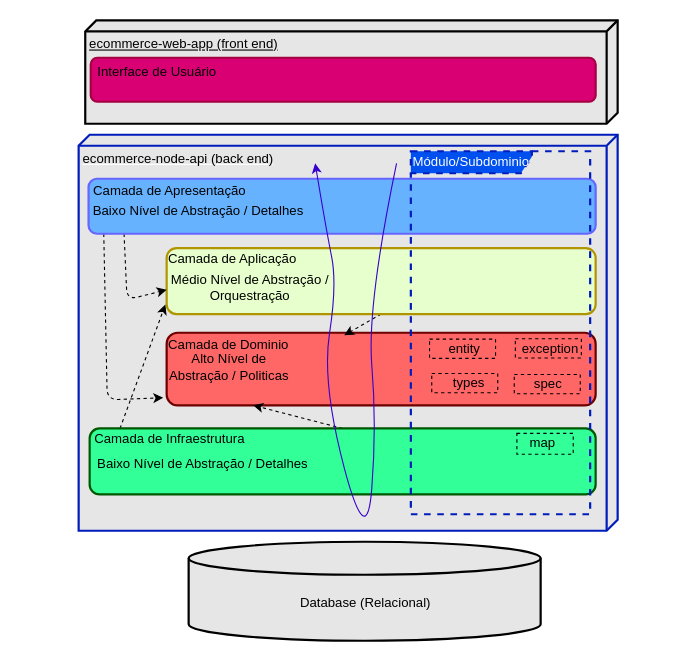
Before: page "Arquitetura em Camadas" (1 of 2) of requirements/ecommerce-arquitetura.drawio in Rrodrigo2525/ecommerce-node-api, a draw.io diagram. Source tidied: cells renumbered, new cells numbered last; positions are measured from the earlier drawing's top-left corner, leaving out a move shared by most shapes. Both pictures are drawn from the tidied source at 110%, with x=0, y=0 at pixel (19, 20).
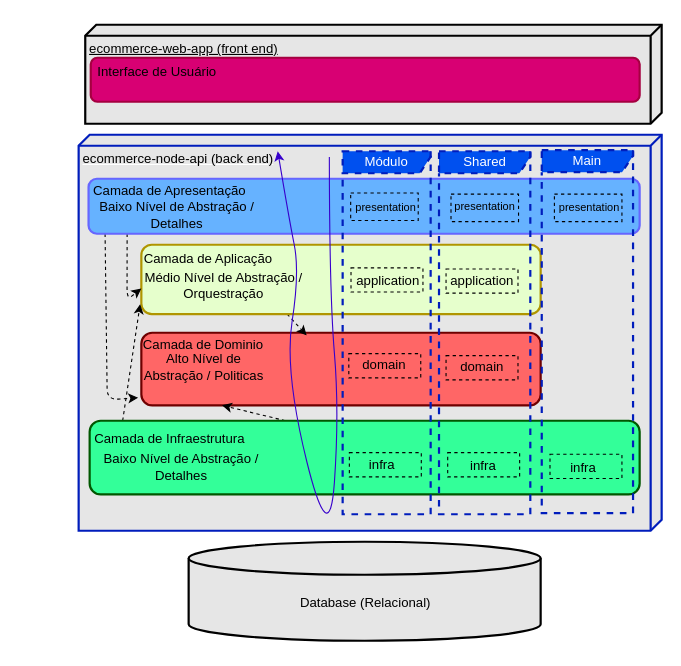
The same page after the edit.

The edit, as a diff of the source:
```diff
@@
     <mxCell id="2" value="&lt;font color=&quot;#000000&quot;&gt;ecommerce-node-api (back end)&lt;/font&gt;" style="verticalAlign=top;align=left;spacingTop=8;spacingLeft=2;spacingRight=12;shape=cube;size=10;direction=south;fontStyle=4;html=1;strokeWidth=2;fillColor=#E6E6E6;fontColor=#ffffff;strokeColor=#001DBC;" parent="1" vertex="1">
-      <mxGeometry x="54" y="104" width="490" height="360" as="geometry" />
+      <mxGeometry x="54" y="104" width="530" height="360" as="geometry" />
     </mxCell>
     <mxCell id="3" value="&lt;font color=&quot;#000000&quot;&gt;ecommerce-web-app (front end)&lt;/font&gt;" style="verticalAlign=top;align=left;spacingTop=8;spacingLeft=2;spacingRight=12;shape=cube;size=10;direction=south;fontStyle=4;html=1;strokeWidth=2;fillColor=#E6E6E6;" parent="1" vertex="1">
-      <mxGeometry x="60" width="484" height="94" as="geometry" />
+      <mxGeometry x="60" y="4" width="524" height="90" as="geometry" />
     </mxCell>
@@
     <mxCell id="5" style="rounded=1;whiteSpace=wrap;html=1;strokeWidth=2;fillColor=#FF6666;fontColor=#ffffff;strokeColor=#6F0000;" parent="1" vertex="1">
-      <mxGeometry x="134" y="284" width="390" height="66" as="geometry" />
+      <mxGeometry x="111" y="284" width="363" height="66" as="geometry" />
     </mxCell>
     <mxCell id="6" value="Camada de Dominio" style="text;html=1;strokeColor=none;fillColor=none;align=center;verticalAlign=middle;whiteSpace=wrap;rounded=0;strokeWidth=2;fontColor=#000000;" parent="1" vertex="1">
-      <mxGeometry x="115.5" y="285" width="148.5" height="19" as="geometry" />
+      <mxGeometry x="92.5" y="285" width="148.5" height="19" as="geometry" />
     </mxCell>
@@
-    <mxCell id="8" style="edgeStyle=none;html=1;exitX=0.5;exitY=1;exitDx=0;exitDy=0;entryX=0.414;entryY=0.035;entryDx=0;entryDy=0;entryPerimeter=0;dashed=1;strokeColor=#000000;" parent="1" edge="1" source="9" target="5">
-      <mxGeometry relative="1" as="geometry" />
+    <mxCell id="8" style="edgeStyle=none;html=1;exitX=0.5;exitY=1;exitDx=0;exitDy=0;entryX=0.414;entryY=0.035;entryDx=0;entryDy=0;entryPerimeter=0;dashed=1;strokeColor=#000000;" parent="1" edge="1" target="5">
+      <mxGeometry relative="1" as="geometry">
+        <mxPoint x="243.5" y="267" as="sourcePoint" />
+      </mxGeometry>
     </mxCell>
     <mxCell id="9" style="rounded=1;whiteSpace=wrap;html=1;strokeWidth=2;fillColor=#E6FFCC;fontColor=#000000;strokeColor=#B09500;" parent="1" vertex="1">
-      <mxGeometry x="134" y="207" width="390" height="60" as="geometry" />
+      <mxGeometry x="111" y="204" width="363" height="63" as="geometry" />
     </mxCell>
     <mxCell id="10" value="Camada de Aplicação" style="text;html=1;align=center;verticalAlign=middle;whiteSpace=wrap;rounded=0;strokeWidth=2;fontColor=#000000;" parent="1" vertex="1">
-      <mxGeometry x="104" y="197" width="180" height="40" as="geometry" />
+      <mxGeometry x="82" y="197" width="180" height="40" as="geometry" />
     </mxCell>
-    <mxCell id="11" style="edgeStyle=none;html=1;exitX=0.5;exitY=0;exitDx=0;exitDy=0;entryX=0.202;entryY=1;entryDx=0;entryDy=0;entryPerimeter=0;dashed=1;fontColor=#000000;strokeColor=#000000;" parent="1" edge="1" source="13" target="5">
-      <mxGeometry relative="1" as="geometry" />
+    <mxCell id="11" style="edgeStyle=none;html=1;exitX=0.5;exitY=0;exitDx=0;exitDy=0;entryX=0.202;entryY=1;entryDx=0;entryDy=0;entryPerimeter=0;dashed=1;fontColor=#000000;strokeColor=#000000;" parent="1" edge="1" target="5">
+      <mxGeometry relative="1" as="geometry">
+        <mxPoint x="271" y="371" as="sourcePoint" />
+      </mxGeometry>
     </mxCell>
@@
     <mxCell id="13" style="rounded=1;whiteSpace=wrap;html=1;strokeWidth=2;fillColor=#33FF99;fontColor=#ffffff;strokeColor=#005700;points=[[0,0,0,0,0],[0,0.25,0,0,0],[0,0.5,0,0,0],[0,0.75,0,0,0],[0,1,0,0,0],[0.06,0,0,0,0],[0.13,0,0,0,0],[0.25,1,0,0,0],[0.5,1,0,0,0],[0.75,0,0,0,0],[0.75,1,0,0,0],[1,0,0,0,0],[1,0.25,0,0,0],[1,0.5,0,0,0],[1,0.75,0,0,0],[1,1,0,0,0]];" parent="1" vertex="1">
-      <mxGeometry x="64" y="371" width="460" height="60" as="geometry" />
+      <mxGeometry x="64" y="364" width="500" height="67" as="geometry" />
     </mxCell>
@@
     <mxCell id="15" style="rounded=1;whiteSpace=wrap;html=1;strokeWidth=2;fillColor=#d80073;fontColor=#ffffff;strokeColor=#A50040;" parent="1" vertex="1">
-      <mxGeometry x="65" y="34" width="459" height="40" as="geometry" />
+      <mxGeometry x="65" y="34" width="499" height="40" as="geometry" />
     </mxCell>
@@
-    <mxCell id="17" style="rounded=0;whiteSpace=wrap;html=1;strokeWidth=1;fontColor=#000000;strokeColor=#000000;fillColor=none;dashed=1;" parent="1" vertex="1">
-      <mxGeometry x="451" y="289.5" width="60" height="17.5" as="geometry" />
-    </mxCell>
-    <mxCell id="18" value="entity" style="text;html=1;strokeColor=none;fillColor=none;align=center;verticalAlign=middle;whiteSpace=wrap;rounded=0;strokeWidth=1;fontColor=#000000;" parent="1" vertex="1">
-      <mxGeometry x="375" y="284" width="60" height="30" as="geometry" />
-    </mxCell>
-    <mxCell id="19" value="exception" style="text;html=1;strokeColor=none;fillColor=none;align=center;verticalAlign=middle;whiteSpace=wrap;rounded=0;strokeWidth=1;fontColor=none;" parent="1" vertex="1">
-      <mxGeometry x="464.2" y="292.2" width="37.5" height="14" as="geometry" />
-    </mxCell>
@@
     <mxCell id="22" style="rounded=1;whiteSpace=wrap;html=1;strokeWidth=2;fillColor=#66B2FF;fontColor=#ffffff;strokeColor=#6666FF;points=[[0,0,0,0,0],[0,0.24,0,0,0],[0,0.51,0,0,0],[0,0.76,0,0,0],[0,1,0,0,0],[0.03,1,0,0,0],[0.07,1,0,0,0],[0.25,0,0,0,0],[0.5,0,0,0,0],[0.75,0,0,0,0],[0.75,1,0,0,0],[1,0,0,0,0],[1,0.24,0,0,0],[1,0.51,0,0,0],[1,0.76,0,0,0],[1,1,0,0,0]];" parent="1" vertex="1">
-      <mxGeometry x="63" y="144" width="461" height="50" as="geometry" />
+      <mxGeometry x="63" y="144" width="501" height="50" as="geometry" />
     </mxCell>
-    <mxCell id="23" style="rounded=0;whiteSpace=wrap;html=1;strokeWidth=1;fontColor=#000000;strokeColor=#000000;fillColor=none;dashed=1;" parent="1" vertex="1">
-      <mxGeometry x="450" y="322" width="60" height="17.5" as="geometry" />
-    </mxCell>
-    <mxCell id="24" style="rounded=0;whiteSpace=wrap;html=1;strokeWidth=1;fontColor=#000000;strokeColor=#000000;fillColor=none;dashed=1;" parent="1" vertex="1">
-      <mxGeometry x="373" y="289.8" width="60" height="17.5" as="geometry" />
-    </mxCell>
-    <mxCell id="25" style="rounded=0;whiteSpace=wrap;html=1;strokeWidth=1;fontColor=#000000;strokeColor=#000000;fillColor=none;dashed=1;" parent="1" vertex="1">
-      <mxGeometry x="375" y="321" width="60" height="17.5" as="geometry" />
-    </mxCell>
-    <mxCell id="26" value="spec" style="text;html=1;strokeColor=none;fillColor=none;align=center;verticalAlign=middle;whiteSpace=wrap;rounded=0;strokeWidth=1;fontColor=none;" parent="1" vertex="1">
-      <mxGeometry x="451" y="315.5" width="60" height="30" as="geometry" />
-    </mxCell>
-    <mxCell id="27" value="types" style="text;html=1;strokeColor=none;fillColor=none;align=center;verticalAlign=middle;whiteSpace=wrap;rounded=0;strokeWidth=1;fontColor=none;" parent="1" vertex="1">
-      <mxGeometry x="379" y="318.5" width="60" height="22" as="geometry" />
-    </mxCell>
-    <mxCell id="28" value="map" style="text;html=1;strokeColor=none;fillColor=none;align=center;verticalAlign=middle;whiteSpace=wrap;rounded=0;strokeWidth=1;fontColor=none;" parent="1" vertex="1">
-      <mxGeometry x="445.6" y="372.5" width="60" height="22" as="geometry" />
-    </mxCell>
-    <mxCell id="29" style="rounded=0;whiteSpace=wrap;html=1;dashed=1;strokeWidth=1;fillColor=none;strokeColor=#000000;" parent="1" vertex="1">
-      <mxGeometry x="452.4" y="375.5" width="51.2" height="19" as="geometry" />
-    </mxCell>
@@
     <mxCell id="31" value="Alto Nível de Abstração / Politicas" style="text;html=1;align=center;verticalAlign=middle;whiteSpace=wrap;rounded=0;strokeWidth=2;fontColor=#000000;" parent="1" vertex="1">
-      <mxGeometry x="132.5" y="304.2" width="115.5" height="22.5" as="geometry" />
+      <mxGeometry x="109.5" y="304.2" width="115.5" height="22.5" as="geometry" />
     </mxCell>
     <mxCell id="32" value="Baixo Nível de Abstração / Detalhes" style="text;html=1;align=center;verticalAlign=middle;whiteSpace=wrap;rounded=0;strokeWidth=2;fontColor=#000000;" parent="1" vertex="1">
-      <mxGeometry x="57" y="160" width="212" height="26" as="geometry" />
+      <mxGeometry x="55" y="166" width="177" height="22" as="geometry" />
     </mxCell>
-    <mxCell id="33" value="Módulo/Subdominio" style="shape=umlFrame;whiteSpace=wrap;html=1;strokeWidth=2;fontColor=#ffffff;fillColor=#0050ef;strokeColor=#001DBC;dashed=1;width=110;height=20;" parent="1" vertex="1">
-      <mxGeometry x="356" y="119" width="163" height="330" as="geometry" />
+    <mxCell id="33" value="Módulo" style="shape=umlFrame;whiteSpace=wrap;html=1;strokeWidth=2;fontColor=#ffffff;fillColor=#0050ef;strokeColor=#001DBC;dashed=1;width=110;height=20;" parent="1" vertex="1">
+      <mxGeometry x="294" y="119" width="80" height="330" as="geometry" />
     </mxCell>
-    <mxCell id="34" style="curved=1;endArrow=classic;html=1;fillColor=#6a00ff;strokeColor=#3700CC;" parent="1" edge="1">
+    <mxCell id="34" style="curved=1;endArrow=classic;html=1;fillColor=#6a00ff;strokeColor=#3700CC;exitX=0.056;exitY=0.49;exitDx=0;exitDy=0;exitPerimeter=0;" parent="1" edge="1">
       <mxGeometry relative="1" as="geometry">
-        <mxPoint x="343" y="130" as="sourcePoint" />
-        <mxPoint x="269" y="130" as="targetPoint" />
+        <mxPoint x="281.9" y="124.2" as="sourcePoint" />
+        <mxPoint x="235" y="119" as="targetPoint" />
         <Array as="points">
-          <mxPoint x="316" y="260" />
-          <mxPoint x="325" y="367" />
-          <mxPoint x="316" y="484" />
-          <mxPoint x="275" y="330" />
-          <mxPoint x="289" y="240" />
-          <mxPoint x="279" y="190" />
+          <mxPoint x="282" y="249" />
+          <mxPoint x="291" y="356" />
+          <mxPoint x="282" y="484" />
+          <mxPoint x="241" y="319" />
+          <mxPoint x="255" y="229" />
+          <mxPoint x="245" y="179" />
         </Array>
       </mxGeometry>
     </mxCell>
     <mxCell id="35" value="Médio Nível de Abstração / Orquestração" style="text;html=1;align=center;verticalAlign=middle;whiteSpace=wrap;rounded=0;strokeWidth=2;fontColor=#000000;" parent="1" vertex="1">
-      <mxGeometry x="119.5" y="222.5" width="180" height="40" as="geometry" />
+      <mxGeometry x="111.5" y="229.5" width="147.5" height="22" as="geometry" />
     </mxCell>
     <mxCell id="36" value="Baixo Nível de Abstração / Detalhes" style="text;html=1;align=center;verticalAlign=middle;whiteSpace=wrap;rounded=0;strokeWidth=2;fontColor=#000000;" parent="1" vertex="1">
-      <mxGeometry x="61" y="390" width="212" height="26" as="geometry" />
+      <mxGeometry x="56" y="393" width="183" height="26" as="geometry" />
     </mxCell>
+    <mxCell id="19" value="presentation" style="text;html=1;strokeColor=none;fillColor=none;align=center;verticalAlign=middle;whiteSpace=wrap;rounded=0;strokeWidth=1;fontColor=none;fontSize=10;" parent="1" vertex="1">
+      <mxGeometry x="325" y="167" width="17.2" height="6" as="geometry" />
+    </mxCell>
+    <mxCell id="17" style="rounded=0;whiteSpace=wrap;html=1;strokeWidth=1;fontColor=#000000;strokeColor=#000000;fillColor=none;dashed=1;" parent="1" vertex="1">
+      <mxGeometry x="301.3" y="157" width="61.4" height="25" as="geometry" />
+    </mxCell>
+    <mxCell id="37" style="rounded=0;whiteSpace=wrap;html=1;strokeWidth=1;fontColor=#000000;strokeColor=#000000;fillColor=none;dashed=1;" parent="1" vertex="1">
+      <mxGeometry x="301.6" y="225" width="65.4" height="22" as="geometry" />
+    </mxCell>
+    <mxCell id="38" value="application" style="text;html=1;strokeColor=none;fillColor=none;align=center;verticalAlign=middle;whiteSpace=wrap;rounded=0;strokeWidth=1;fontColor=none;" parent="1" vertex="1">
+      <mxGeometry x="305.9" y="231" width="58.5" height="12" as="geometry" />
+    </mxCell>
+    <mxCell id="39" value="application" style="text;html=1;strokeColor=none;fillColor=none;align=center;verticalAlign=middle;whiteSpace=wrap;rounded=0;strokeWidth=1;fontColor=none;" parent="1" vertex="1">
+      <mxGeometry x="390.6" y="226" width="60" height="22" as="geometry" />
+    </mxCell>
+    <mxCell id="40" value="Shared" style="shape=umlFrame;whiteSpace=wrap;html=1;strokeWidth=2;fontColor=#ffffff;fillColor=#0050ef;strokeColor=#001DBC;dashed=1;width=110;height=20;" parent="1" vertex="1">
+      <mxGeometry x="381.6" y="119" width="83" height="330" as="geometry" />
+    </mxCell>
+    <mxCell id="41" style="rounded=0;whiteSpace=wrap;html=1;strokeWidth=1;fontColor=#000000;strokeColor=#000000;fillColor=none;dashed=1;" parent="1" vertex="1">
+      <mxGeometry x="388" y="226" width="65.4" height="22" as="geometry" />
+    </mxCell>
+    <mxCell id="42" value="domain" style="text;html=1;strokeColor=none;fillColor=none;align=center;verticalAlign=middle;whiteSpace=wrap;rounded=0;strokeWidth=1;fontColor=none;" parent="1" vertex="1">
+      <mxGeometry x="302" y="301.5" width="60" height="22" as="geometry" />
+    </mxCell>
+    <mxCell id="43" style="rounded=0;whiteSpace=wrap;html=1;strokeWidth=1;fontColor=#000000;strokeColor=#000000;fillColor=none;dashed=1;" parent="1" vertex="1">
+      <mxGeometry x="299.6" y="303" width="65.4" height="22" as="geometry" />
+    </mxCell>
+    <mxCell id="44" style="rounded=0;whiteSpace=wrap;html=1;strokeWidth=1;fontColor=#000000;strokeColor=#000000;fillColor=none;dashed=1;" parent="1" vertex="1">
+      <mxGeometry x="300.1" y="393" width="65.4" height="22" as="geometry" />
+    </mxCell>
+    <mxCell id="45" value="infra" style="text;html=1;strokeColor=none;fillColor=none;align=center;verticalAlign=middle;whiteSpace=wrap;rounded=0;strokeWidth=1;fontColor=none;" parent="1" vertex="1">
+      <mxGeometry x="299.6" y="393" width="60" height="22" as="geometry" />
+    </mxCell>
+    <mxCell id="46" style="rounded=0;whiteSpace=wrap;html=1;strokeWidth=1;fontColor=#000000;strokeColor=#000000;fillColor=none;dashed=1;" parent="1" vertex="1">
+      <mxGeometry x="388" y="304.8" width="65.4" height="22" as="geometry" />
+    </mxCell>
+    <mxCell id="47" value="domain" style="text;html=1;strokeColor=none;fillColor=none;align=center;verticalAlign=middle;whiteSpace=wrap;rounded=0;strokeWidth=1;fontColor=none;" parent="1" vertex="1">
+      <mxGeometry x="391.1" y="303.8" width="60" height="22" as="geometry" />
+    </mxCell>
+    <mxCell id="48" value="infra" style="text;html=1;strokeColor=none;fillColor=none;align=center;verticalAlign=middle;whiteSpace=wrap;rounded=0;strokeWidth=1;fontColor=none;" parent="1" vertex="1">
+      <mxGeometry x="392" y="394" width="60" height="22" as="geometry" />
+    </mxCell>
+    <mxCell id="49" style="rounded=0;whiteSpace=wrap;html=1;strokeWidth=1;fontColor=#000000;strokeColor=#000000;fillColor=none;dashed=1;" parent="1" vertex="1">
+      <mxGeometry x="389.5" y="393" width="65.4" height="22" as="geometry" />
+    </mxCell>
+    <mxCell id="50" style="rounded=0;whiteSpace=wrap;html=1;strokeWidth=1;fontColor=#000000;strokeColor=#000000;fillColor=none;dashed=1;" parent="1" vertex="1">
+      <mxGeometry x="392.5" y="158" width="61.4" height="25" as="geometry" />
+    </mxCell>
+    <mxCell id="51" value="presentation" style="text;html=1;strokeColor=none;fillColor=none;align=center;verticalAlign=middle;whiteSpace=wrap;rounded=0;strokeWidth=1;fontColor=none;fontSize=10;" parent="1" vertex="1">
+      <mxGeometry x="415" y="166" width="17.2" height="6" as="geometry" />
+    </mxCell>
+    <mxCell id="52" value="Main" style="shape=umlFrame;whiteSpace=wrap;html=1;strokeWidth=2;fontColor=#ffffff;fillColor=#0050ef;strokeColor=#001DBC;dashed=1;width=110;height=20;" parent="1" vertex="1">
+      <mxGeometry x="475" y="118" width="83" height="330" as="geometry" />
+    </mxCell>
+    <mxCell id="53" value="presentation" style="text;html=1;strokeColor=none;fillColor=none;align=center;verticalAlign=middle;whiteSpace=wrap;rounded=0;strokeWidth=1;fontColor=none;fontSize=10;" parent="1" vertex="1">
+      <mxGeometry x="510" y="167" width="17.2" height="6" as="geometry" />
+    </mxCell>
+    <mxCell id="54" style="rounded=0;whiteSpace=wrap;html=1;strokeWidth=1;fontColor=#000000;strokeColor=#000000;fillColor=none;dashed=1;" parent="1" vertex="1">
+      <mxGeometry x="486.5" y="158" width="61.4" height="25" as="geometry" />
+    </mxCell>
+    <mxCell id="55" style="rounded=0;whiteSpace=wrap;html=1;strokeWidth=1;fontColor=#000000;strokeColor=#000000;fillColor=none;dashed=1;" parent="1" vertex="1">
+      <mxGeometry x="482.5" y="394.5" width="65.4" height="22" as="geometry" />
+    </mxCell>
+    <mxCell id="56" value="infra" style="text;html=1;strokeColor=none;fillColor=none;align=center;verticalAlign=middle;whiteSpace=wrap;rounded=0;strokeWidth=1;fontColor=none;" parent="1" vertex="1">
+      <mxGeometry x="482.5" y="396" width="60" height="22" as="geometry" />
+    </mxCell>
```
